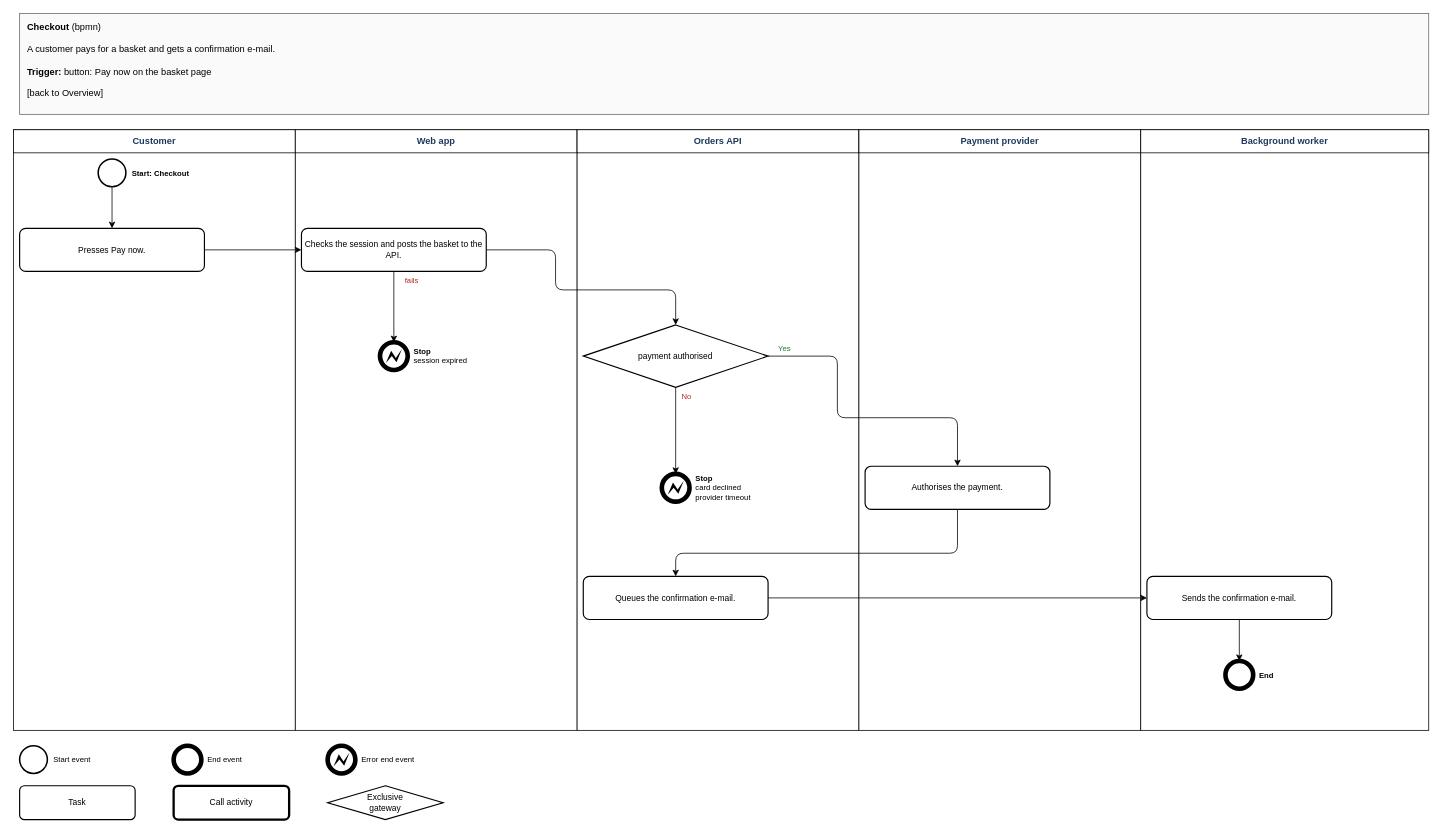
Before: page "BPMN: Checkout" (5 of 10) of specialists/platform/skill-drawio/examples/shop/drawio/flows.drawio in amalikn/skills_stuff, a draw.io diagram. Source tidied: cells renumbered, new cells numbered last; positions are measured from the earlier drawing's top-left corner, leaving out a move shared by most shapes. Both pictures are drawn from the tidied source at 77%, with x=0, y=0 at pixel (13, 13).
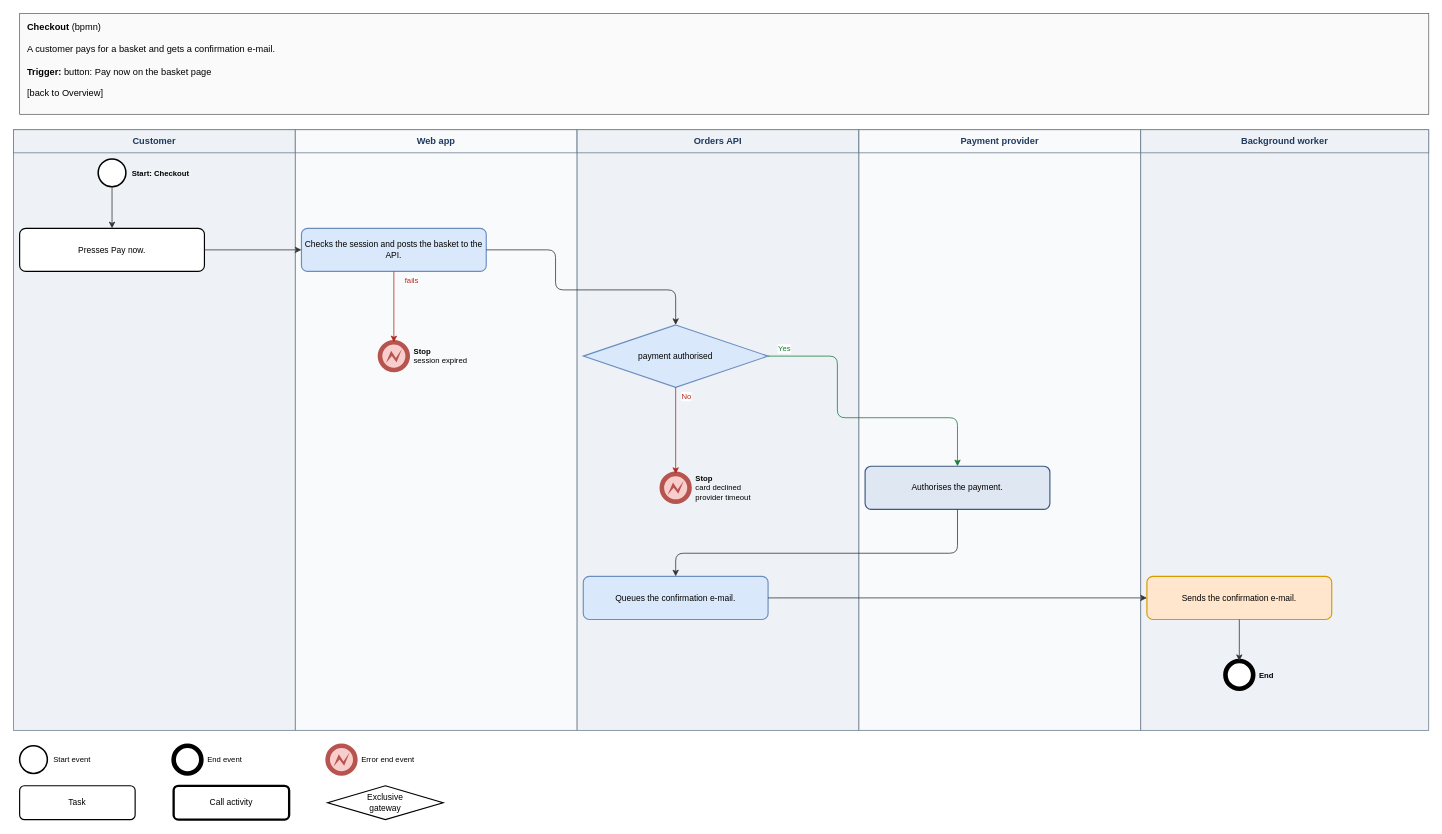
After the change.

Commit message (it also covers changes not shown here):
skill-drawio lanes: column order by shortest hand-off, left exits, BPMN in the step-page colours

The change refers to these unchanged cells:
```xml
<mxCell id="13" style="shape=mxgraph.bpmn.shape;html=1;perimeter=ellipsePerimeter;labelBackgroundColor=none;strokeColor=#000000;strokeWidth=2;fillColor=#ffffff;outline=standard;symbol=general;" parent="1" vertex="1">
  <mxGeometry x="110" y="189" width="36" height="36" as="geometry" />
</mxCell>
<mxCell id="15" value="Presses Pay now." style="rounded=1;arcSize=14;whiteSpace=wrap;html=1;fontSize=11;fillColor=#ffffff;strokeColor=#000000;strokeWidth=1.5;" parent="1" vertex="1">
  <mxGeometry x="8" y="279" width="240" height="56" as="geometry" />
</mxCell>
<mxCell id="21" style="shape=mxgraph.bpmn.shape;html=1;perimeter=ellipsePerimeter;labelBackgroundColor=none;strokeColor=#000000;strokeWidth=2;fillColor=#ffffff;outline=end;symbol=general;" parent="1" vertex="1">
  <mxGeometry x="1574" y="841" width="36" height="36" as="geometry" />
</mxCell>
```

Diff of the diagram source:
```diff
@@
-    <mxCell id="3" style="rounded=0;html=1;fillColor=#ffffff;strokeColor=#000000;" parent="1" vertex="1">
+    <mxCell id="3" style="rounded=0;html=1;fillColor=#eef2f6;strokeColor=#6b7a8c;" parent="1" vertex="1">
       <mxGeometry y="151" width="366" height="780" as="geometry" />
     </mxCell>
-    <mxCell id="4" value="&lt;b&gt;Customer&lt;/b&gt;" style="rounded=0;whiteSpace=wrap;html=1;fillColor=#ffffff;strokeColor=#000000;fontSize=12;fontColor=#1f3a5f;" parent="1" vertex="1">
+    <mxCell id="4" value="&lt;b&gt;Customer&lt;/b&gt;" style="rounded=0;whiteSpace=wrap;html=1;fillColor=#eef2f6;strokeColor=#6b7a8c;fontSize=12;fontColor=#1f3a5f;" parent="1" vertex="1">
       <mxGeometry y="151" width="366" height="30" as="geometry" />
     </mxCell>
-    <mxCell id="5" style="rounded=0;html=1;fillColor=#ffffff;strokeColor=#000000;" parent="1" vertex="1">
+    <mxCell id="5" style="rounded=0;html=1;fillColor=#f8fafc;strokeColor=#6b7a8c;" parent="1" vertex="1">
       <mxGeometry x="366" y="151" width="366" height="780" as="geometry" />
     </mxCell>
-    <mxCell id="6" value="&lt;b&gt;Web app&lt;/b&gt;" style="rounded=0;whiteSpace=wrap;html=1;fillColor=#ffffff;strokeColor=#000000;fontSize=12;fontColor=#1f3a5f;" parent="1" vertex="1">
+    <mxCell id="6" value="&lt;b&gt;Web app&lt;/b&gt;" style="rounded=0;whiteSpace=wrap;html=1;fillColor=#f8fafc;strokeColor=#6b7a8c;fontSize=12;fontColor=#1f3a5f;" parent="1" vertex="1">
       <mxGeometry x="366" y="151" width="366" height="30" as="geometry" />
     </mxCell>
-    <mxCell id="7" style="rounded=0;html=1;fillColor=#ffffff;strokeColor=#000000;" parent="1" vertex="1">
+    <mxCell id="7" style="rounded=0;html=1;fillColor=#eef2f6;strokeColor=#6b7a8c;" parent="1" vertex="1">
       <mxGeometry x="732" y="151" width="366" height="780" as="geometry" />
     </mxCell>
-    <mxCell id="8" value="&lt;b&gt;Orders API&lt;/b&gt;" style="rounded=0;whiteSpace=wrap;html=1;fillColor=#ffffff;strokeColor=#000000;fontSize=12;fontColor=#1f3a5f;" parent="1" vertex="1">
+    <mxCell id="8" value="&lt;b&gt;Orders API&lt;/b&gt;" style="rounded=0;whiteSpace=wrap;html=1;fillColor=#eef2f6;strokeColor=#6b7a8c;fontSize=12;fontColor=#1f3a5f;" parent="1" vertex="1">
       <mxGeometry x="732" y="151" width="366" height="30" as="geometry" />
     </mxCell>
-    <mxCell id="9" style="rounded=0;html=1;fillColor=#ffffff;strokeColor=#000000;" parent="1" vertex="1">
+    <mxCell id="9" style="rounded=0;html=1;fillColor=#f8fafc;strokeColor=#6b7a8c;" parent="1" vertex="1">
       <mxGeometry x="1098" y="151" width="366" height="780" as="geometry" />
     </mxCell>
-    <mxCell id="10" value="&lt;b&gt;Payment provider&lt;/b&gt;" style="rounded=0;whiteSpace=wrap;html=1;fillColor=#ffffff;strokeColor=#000000;fontSize=12;fontColor=#1f3a5f;" parent="1" vertex="1">
+    <mxCell id="10" value="&lt;b&gt;Payment provider&lt;/b&gt;" style="rounded=0;whiteSpace=wrap;html=1;fillColor=#f8fafc;strokeColor=#6b7a8c;fontSize=12;fontColor=#1f3a5f;" parent="1" vertex="1">
       <mxGeometry x="1098" y="151" width="366" height="30" as="geometry" />
     </mxCell>
-    <mxCell id="11" style="rounded=0;html=1;fillColor=#ffffff;strokeColor=#000000;" parent="1" vertex="1">
+    <mxCell id="11" style="rounded=0;html=1;fillColor=#eef2f6;strokeColor=#6b7a8c;" parent="1" vertex="1">
       <mxGeometry x="1464" y="151" width="374" height="780" as="geometry" />
     </mxCell>
-    <mxCell id="12" value="&lt;b&gt;Background worker&lt;/b&gt;" style="rounded=0;whiteSpace=wrap;html=1;fillColor=#ffffff;strokeColor=#000000;fontSize=12;fontColor=#1f3a5f;" parent="1" vertex="1">
+    <mxCell id="12" value="&lt;b&gt;Background worker&lt;/b&gt;" style="rounded=0;whiteSpace=wrap;html=1;fillColor=#eef2f6;strokeColor=#6b7a8c;fontSize=12;fontColor=#1f3a5f;" parent="1" vertex="1">
       <mxGeometry x="1464" y="151" width="374" height="30" as="geometry" />
     </mxCell>
@@
-    <mxCell id="16" value="Checks the session and posts the basket to the API." style="rounded=1;arcSize=14;whiteSpace=wrap;html=1;fontSize=11;fillColor=#ffffff;strokeColor=#000000;strokeWidth=1.5;" parent="1" vertex="1">
+    <mxCell id="16" value="Checks the session and posts the basket to the API." style="rounded=1;arcSize=14;whiteSpace=wrap;html=1;fontSize=11;fillColor=#dae8fc;strokeColor=#6c8ebf;strokeWidth=1.5;" parent="1" vertex="1">
       <mxGeometry x="374" y="279" width="240" height="56" as="geometry" />
     </mxCell>
-    <mxCell id="17" value="payment authorised" style="rhombus;whiteSpace=wrap;html=1;fontSize=11;fillColor=#ffffff;strokeColor=#000000;strokeWidth=1.5;spacingLeft=30;spacingRight=30;" parent="1" vertex="1">
+    <mxCell id="17" value="payment authorised" style="rhombus;whiteSpace=wrap;html=1;fontSize=11;fillColor=#dae8fc;strokeColor=#6c8ebf;strokeWidth=1.5;spacingLeft=30;spacingRight=30;" parent="1" vertex="1">
       <mxGeometry x="740" y="404.5" width="240" height="81" as="geometry" />
     </mxCell>
-    <mxCell id="18" value="Authorises the payment." style="rounded=1;arcSize=14;whiteSpace=wrap;html=1;fontSize=11;fillColor=#ffffff;strokeColor=#000000;strokeWidth=1.5;" parent="1" vertex="1">
+    <mxCell id="18" value="Authorises the payment." style="rounded=1;arcSize=14;whiteSpace=wrap;html=1;fontSize=11;fillColor=#dfe7f3;strokeColor=#3d5a80;strokeWidth=1.5;" parent="1" vertex="1">
       <mxGeometry x="1106" y="588" width="240" height="56" as="geometry" />
     </mxCell>
-    <mxCell id="19" value="Queues the confirmation e-mail." style="rounded=1;arcSize=14;whiteSpace=wrap;html=1;fontSize=11;fillColor=#ffffff;strokeColor=#000000;strokeWidth=1.5;" parent="1" vertex="1">
+    <mxCell id="19" value="Queues the confirmation e-mail." style="rounded=1;arcSize=14;whiteSpace=wrap;html=1;fontSize=11;fillColor=#dae8fc;strokeColor=#6c8ebf;strokeWidth=1.5;" parent="1" vertex="1">
       <mxGeometry x="740" y="731" width="240" height="56" as="geometry" />
     </mxCell>
-    <mxCell id="20" value="Sends the confirmation e-mail." style="rounded=1;arcSize=14;whiteSpace=wrap;html=1;fontSize=11;fillColor=#ffffff;strokeColor=#000000;strokeWidth=1.5;" parent="1" vertex="1">
+    <mxCell id="20" value="Sends the confirmation e-mail." style="rounded=1;arcSize=14;whiteSpace=wrap;html=1;fontSize=11;fillColor=#ffe6cc;strokeColor=#d79b00;strokeWidth=1.5;" parent="1" vertex="1">
       <mxGeometry x="1472" y="731" width="240" height="56" as="geometry" />
     </mxCell>
@@
-    <mxCell id="23" style="shape=mxgraph.bpmn.shape;html=1;perimeter=ellipsePerimeter;labelBackgroundColor=none;strokeColor=#000000;strokeWidth=2;fillColor=#ffffff;outline=end;symbol=error;" parent="1" vertex="1">
+    <mxCell id="23" style="shape=mxgraph.bpmn.shape;html=1;perimeter=ellipsePerimeter;labelBackgroundColor=none;strokeColor=#b85450;strokeWidth=2;fillColor=#f8cecc;outline=end;symbol=error;" parent="1" vertex="1">
       <mxGeometry x="476" y="427" width="36" height="36" as="geometry" />
     </mxCell>
@@
-    <mxCell id="25" style="shape=mxgraph.bpmn.shape;html=1;perimeter=ellipsePerimeter;labelBackgroundColor=none;strokeColor=#000000;strokeWidth=2;fillColor=#ffffff;outline=end;symbol=error;" parent="1" vertex="1">
+    <mxCell id="25" style="shape=mxgraph.bpmn.shape;html=1;perimeter=ellipsePerimeter;labelBackgroundColor=none;strokeColor=#b85450;strokeWidth=2;fillColor=#f8cecc;outline=end;symbol=error;" parent="1" vertex="1">
       <mxGeometry x="842" y="598" width="36" height="36" as="geometry" />
     </mxCell>
@@
-    <mxCell id="27" style="edgeStyle=none;rounded=1;html=1;endArrow=classic;endFill=1;jumpStyle=arc;jumpSize=6;strokeColor=#000000;exitX=0.5;exitY=1;entryX=0.5;entryY=0;exitPerimeter=0;entryPerimeter=0;" parent="1" edge="1" source="13" target="15">
+    <mxCell id="27" style="edgeStyle=none;rounded=1;html=1;endArrow=classic;endFill=1;jumpStyle=arc;jumpSize=6;strokeColor=#333333;exitX=0.5;exitY=1;entryX=0.5;entryY=0;exitPerimeter=0;entryPerimeter=0;" parent="1" edge="1" source="13" target="15">
       <mxGeometry relative="1" as="geometry" />
     </mxCell>
-    <mxCell id="28" style="edgeStyle=none;rounded=1;html=1;endArrow=classic;endFill=1;jumpStyle=arc;jumpSize=6;strokeColor=#000000;exitX=1;exitY=0.5;entryX=0;entryY=0.5;exitPerimeter=0;entryPerimeter=0;" parent="1" edge="1" source="15" target="16">
+    <mxCell id="28" style="edgeStyle=none;rounded=1;html=1;endArrow=classic;endFill=1;jumpStyle=arc;jumpSize=6;strokeColor=#333333;exitX=1;exitY=0.5;entryX=0;entryY=0.5;exitPerimeter=0;entryPerimeter=0;" parent="1" edge="1" source="15" target="16">
       <mxGeometry relative="1" as="geometry" />
     </mxCell>
-    <mxCell id="29" style="edgeStyle=none;rounded=1;html=1;endArrow=classic;endFill=1;jumpStyle=arc;jumpSize=6;strokeColor=#000000;exitX=1;exitY=0.5;entryX=0.5;entryY=0;exitPerimeter=0;entryPerimeter=0;" parent="1" edge="1" source="16" target="17">
+    <mxCell id="29" style="edgeStyle=none;rounded=1;html=1;endArrow=classic;endFill=1;jumpStyle=arc;jumpSize=6;strokeColor=#333333;exitX=1;exitY=0.5;entryX=0.5;entryY=0;exitPerimeter=0;entryPerimeter=0;" parent="1" edge="1" source="16" target="17">
       <mxGeometry relative="1" as="geometry">
         <Array as="points">
           <mxPoint x="704" y="307" />
           <mxPoint x="704" y="359" />
           <mxPoint x="860" y="359" />
         </Array>
       </mxGeometry>
     </mxCell>
-    <mxCell id="30" style="edgeStyle=none;rounded=1;html=1;endArrow=classic;endFill=1;jumpStyle=arc;jumpSize=6;strokeColor=#000000;exitX=0.5;exitY=1;entryX=0.5;entryY=0;exitPerimeter=0;entryPerimeter=0;" parent="1" edge="1" source="16" target="23">
+    <mxCell id="30" style="edgeStyle=none;rounded=1;html=1;endArrow=classic;endFill=1;jumpStyle=arc;jumpSize=6;strokeColor=#b3261e;exitX=0.5;exitY=1;entryX=0.5;entryY=0;exitPerimeter=0;entryPerimeter=0;" parent="1" edge="1" source="16" target="23">
       <mxGeometry relative="1" as="geometry" />
     </mxCell>
-    <mxCell id="31" style="edgeStyle=none;rounded=1;html=1;endArrow=classic;endFill=1;jumpStyle=arc;jumpSize=6;strokeColor=#000000;exitX=1;exitY=0.5;entryX=0.5;entryY=0;exitPerimeter=0;entryPerimeter=0;" parent="1" edge="1" source="17" target="18">
+    <mxCell id="31" style="edgeStyle=none;rounded=1;html=1;endArrow=classic;endFill=1;jumpStyle=arc;jumpSize=6;strokeColor=#1b7a3a;exitX=1;exitY=0.5;entryX=0.5;entryY=0;exitPerimeter=0;entryPerimeter=0;" parent="1" edge="1" source="17" target="18">
       <mxGeometry relative="1" as="geometry">
         <Array as="points">
           <mxPoint x="1070" y="445" />
           <mxPoint x="1070" y="525" />
           <mxPoint x="1226" y="525" />
         </Array>
       </mxGeometry>
     </mxCell>
-    <mxCell id="32" style="edgeStyle=none;rounded=1;html=1;endArrow=classic;endFill=1;jumpStyle=arc;jumpSize=6;strokeColor=#000000;exitX=0.5;exitY=1;entryX=0.5;entryY=0;exitPerimeter=0;entryPerimeter=0;" parent="1" edge="1" source="17" target="25">
+    <mxCell id="32" style="edgeStyle=none;rounded=1;html=1;endArrow=classic;endFill=1;jumpStyle=arc;jumpSize=6;strokeColor=#b3261e;exitX=0.5;exitY=1;entryX=0.5;entryY=0;exitPerimeter=0;entryPerimeter=0;" parent="1" edge="1" source="17" target="25">
       <mxGeometry relative="1" as="geometry" />
     </mxCell>
-    <mxCell id="33" style="edgeStyle=none;rounded=1;html=1;endArrow=classic;endFill=1;jumpStyle=arc;jumpSize=6;strokeColor=#000000;exitX=0.5;exitY=1;entryX=0.5;entryY=0;exitPerimeter=0;entryPerimeter=0;" parent="1" edge="1" source="18" target="19">
+    <mxCell id="33" style="edgeStyle=none;rounded=1;html=1;endArrow=classic;endFill=1;jumpStyle=arc;jumpSize=6;strokeColor=#333333;exitX=0.5;exitY=1;entryX=0.5;entryY=0;exitPerimeter=0;entryPerimeter=0;" parent="1" edge="1" source="18" target="19">
       <mxGeometry relative="1" as="geometry">
         <Array as="points">
           <mxPoint x="1226" y="701" />
           <mxPoint x="860" y="701" />
         </Array>
       </mxGeometry>
     </mxCell>
-    <mxCell id="34" style="edgeStyle=none;rounded=1;html=1;endArrow=classic;endFill=1;jumpStyle=arc;jumpSize=6;strokeColor=#000000;exitX=1;exitY=0.5;entryX=0;entryY=0.5;exitPerimeter=0;entryPerimeter=0;" parent="1" edge="1" source="19" target="20">
+    <mxCell id="34" style="edgeStyle=none;rounded=1;html=1;endArrow=classic;endFill=1;jumpStyle=arc;jumpSize=6;strokeColor=#333333;exitX=1;exitY=0.5;entryX=0;entryY=0.5;exitPerimeter=0;entryPerimeter=0;" parent="1" edge="1" source="19" target="20">
       <mxGeometry relative="1" as="geometry" />
     </mxCell>
-    <mxCell id="35" style="edgeStyle=none;rounded=1;html=1;endArrow=classic;endFill=1;jumpStyle=arc;jumpSize=6;strokeColor=#000000;exitX=0.5;exitY=1;entryX=0.5;entryY=0;exitPerimeter=0;entryPerimeter=0;" parent="1" edge="1" source="20" target="21">
+    <mxCell id="35" style="edgeStyle=none;rounded=1;html=1;endArrow=classic;endFill=1;jumpStyle=arc;jumpSize=6;strokeColor=#333333;exitX=0.5;exitY=1;entryX=0.5;entryY=0;exitPerimeter=0;entryPerimeter=0;" parent="1" edge="1" source="20" target="21">
       <mxGeometry relative="1" as="geometry" />
     </mxCell>
@@
-    <mxCell id="43" style="shape=mxgraph.bpmn.shape;html=1;perimeter=ellipsePerimeter;labelBackgroundColor=none;strokeColor=#000000;strokeWidth=2;fillColor=#ffffff;outline=end;symbol=error;" parent="1" vertex="1">
+    <mxCell id="43" style="shape=mxgraph.bpmn.shape;html=1;perimeter=ellipsePerimeter;labelBackgroundColor=none;strokeColor=#b85450;strokeWidth=2;fillColor=#f8cecc;outline=end;symbol=error;" parent="1" vertex="1">
       <mxGeometry x="408" y="951" width="36" height="36" as="geometry" />
     </mxCell>
```
